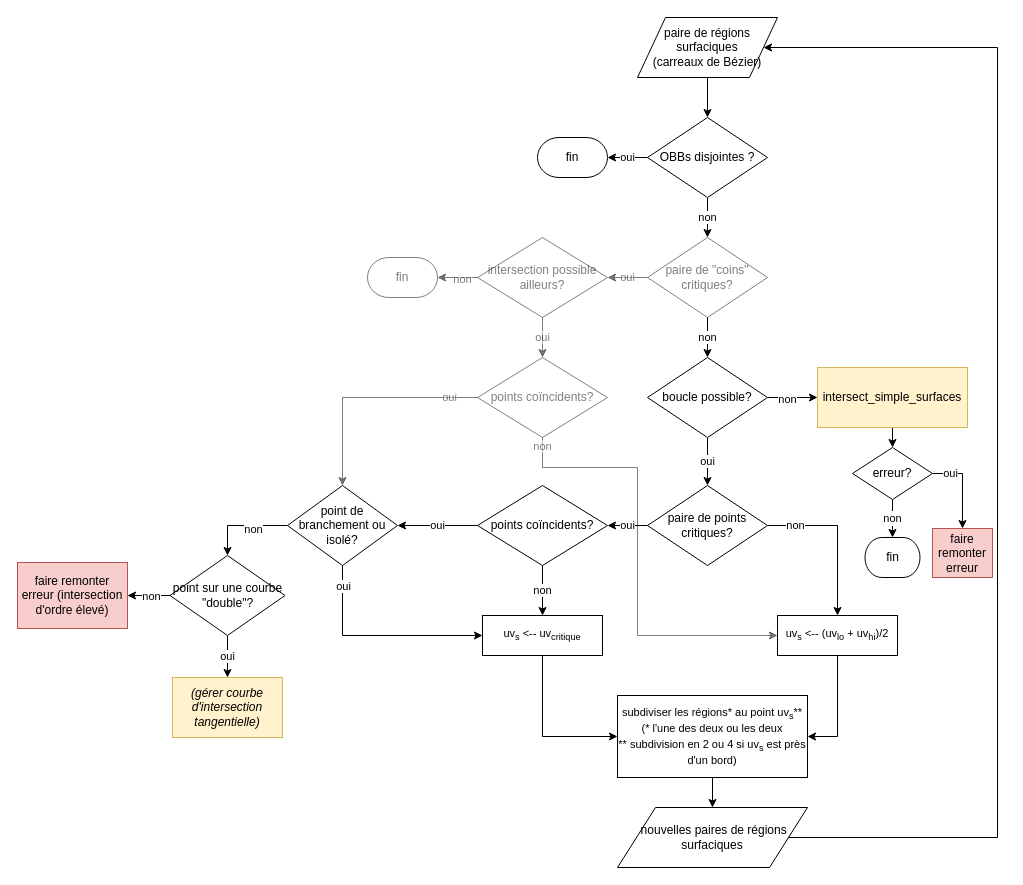
BastienAndrieu/These keeps this draw.io diagram as page "intersect_surface_pair" (5 of 8) of mindmap.drawio. Above is the earlier version. Source tidied: cells renumbered, new cells numbered last; positions are measured from the earlier drawing's top-left corner, leaving out a move shared by most shapes. Both pictures are drawn from the tidied source at 100%, with x=0, y=0 at pixel (17, 17).
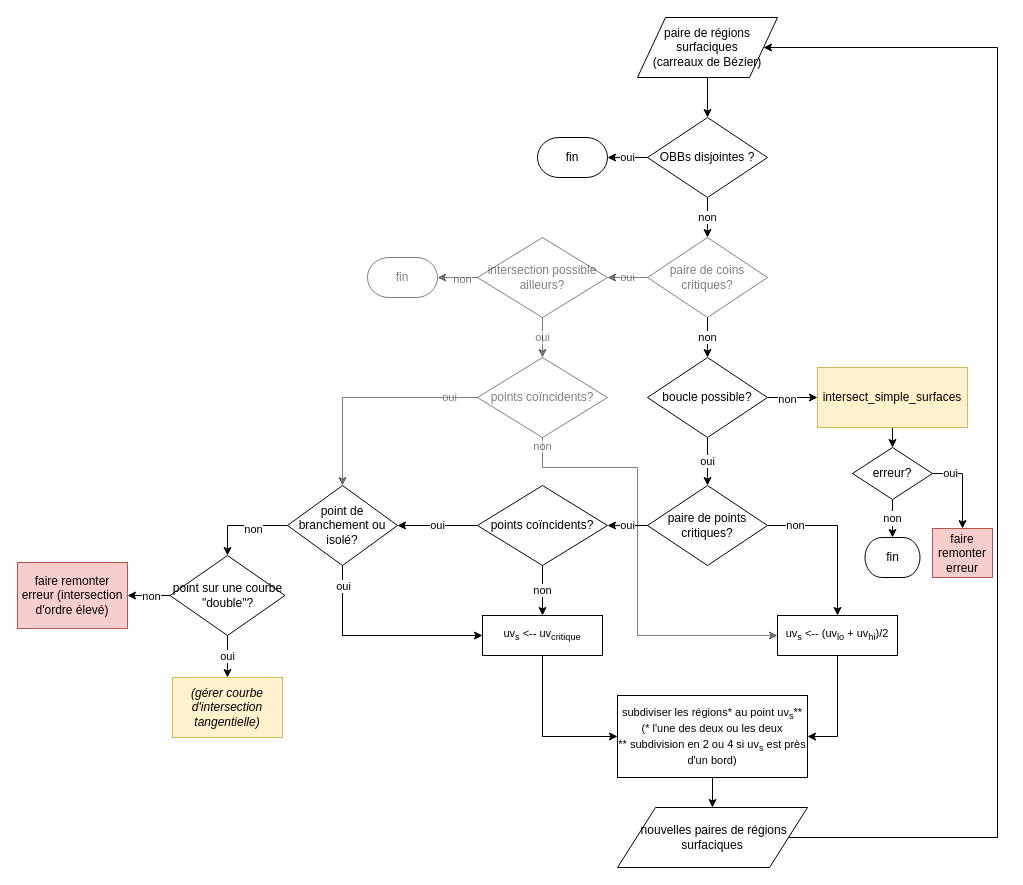
Above is the later version.

Diff of the diagram source:
```diff
@@
-    <mxCell id="10" value="paire de &quot;coins&quot; critiques?" style="rhombus;whiteSpace=wrap;html=1;align=center;opacity=50;textOpacity=50;" parent="1" vertex="1">
+    <mxCell id="10" value="paire de coins critiques?" style="rhombus;whiteSpace=wrap;html=1;align=center;opacity=50;textOpacity=50;" parent="1" vertex="1">
       <mxGeometry x="630" y="220" width="120" height="80" as="geometry" />
     </mxCell>
```
